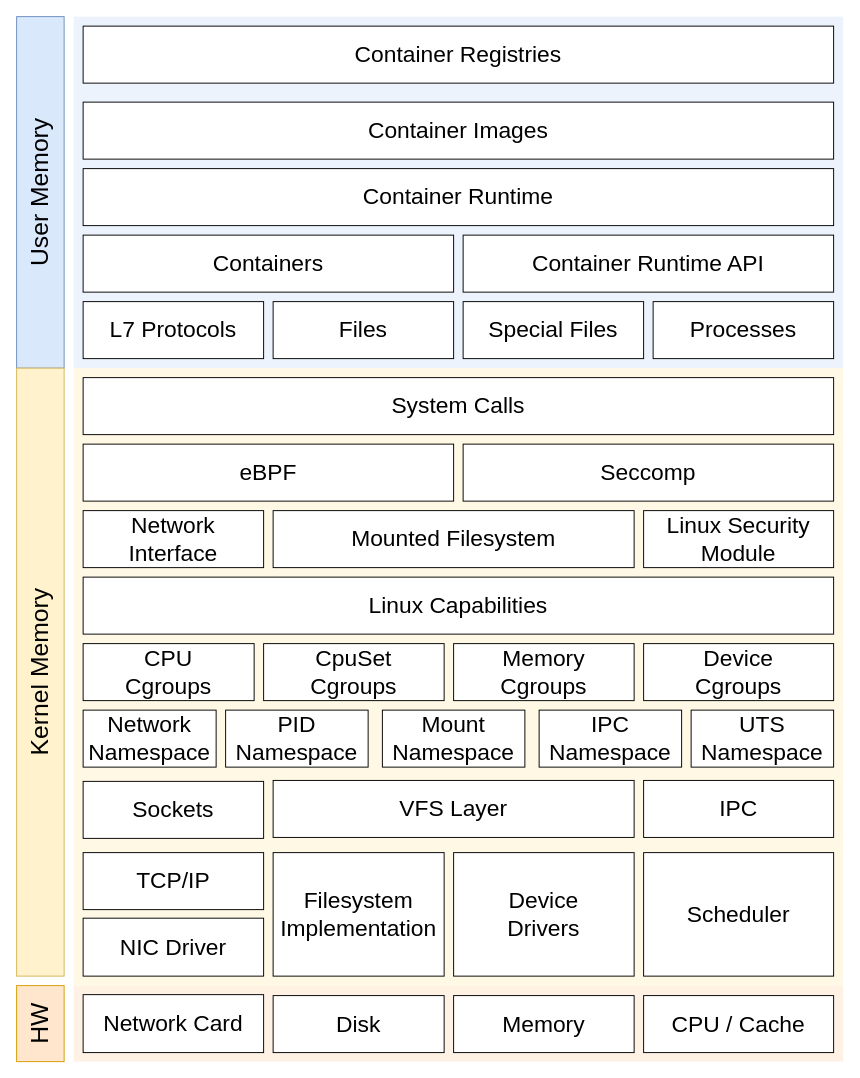
This is thesis/diagrams/diagram.drawio from HuzaifaPatel/houdini, a draw.io file, before an edit. Source tidied: cells renumbered, new cells numbered last; positions are measured from the earlier drawing's top-left corner, leaving out a move shared by most shapes. Both pictures are drawn from the tidied source at 95%, with x=0, y=0 at pixel (16, 16).
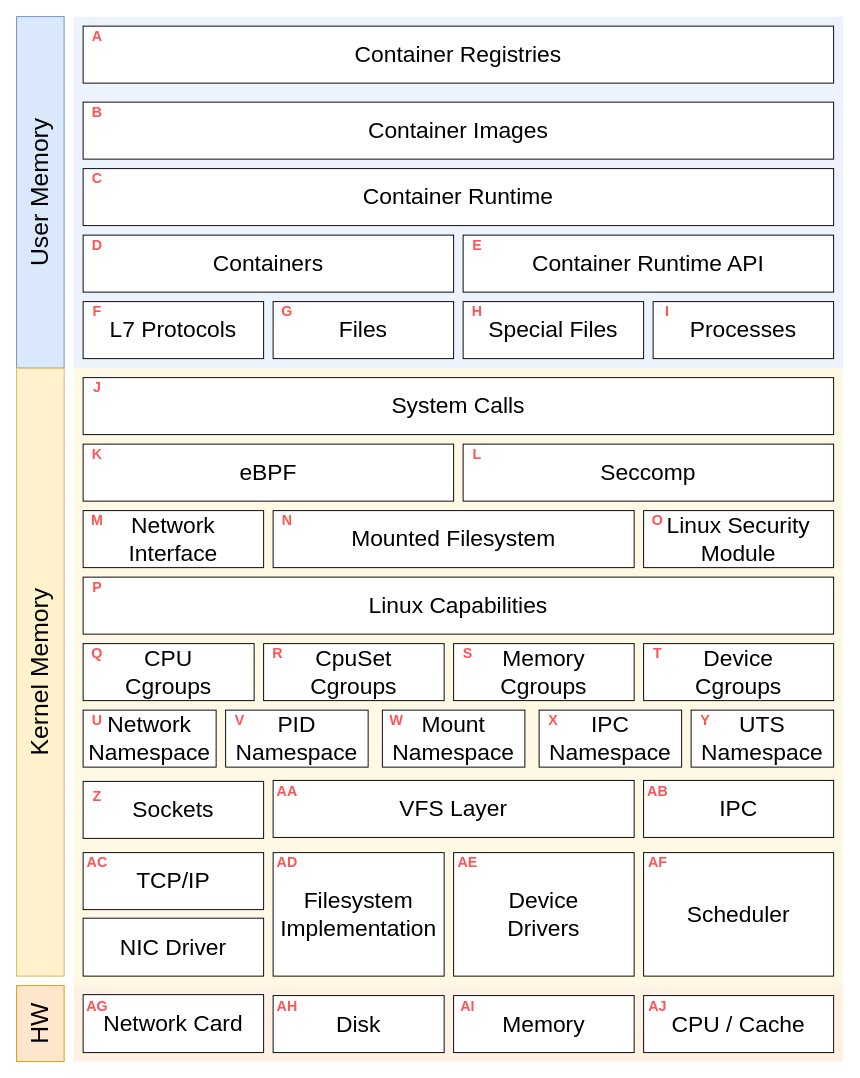
The same page after the edit.

The edit, as a diff of the source:
```diff
@@
+    <mxCell id="45" value="&lt;font style=&quot;color: rgb(255, 84, 84); font-size: 15px;&quot;&gt;&lt;b style=&quot;&quot;&gt;A&lt;/b&gt;&lt;/font&gt;" style="text;html=1;align=center;verticalAlign=middle;whiteSpace=wrap;rounded=0;" parent="1" vertex="1">
+      <mxGeometry x="70" y="10" width="30" height="20" as="geometry" />
+    </mxCell>
+    <mxCell id="46" value="&lt;font style=&quot;color: rgb(255, 84, 84); font-size: 15px;&quot;&gt;&lt;b style=&quot;&quot;&gt;B&lt;/b&gt;&lt;/font&gt;" style="text;html=1;align=center;verticalAlign=middle;whiteSpace=wrap;rounded=0;" parent="1" vertex="1">
+      <mxGeometry x="70" y="90" width="30" height="20" as="geometry" />
+    </mxCell>
+    <mxCell id="47" value="&lt;font color=&quot;#ff5454&quot;&gt;&lt;span style=&quot;font-size: 15px;&quot;&gt;&lt;b&gt;C&lt;/b&gt;&lt;/span&gt;&lt;/font&gt;" style="text;html=1;align=center;verticalAlign=middle;whiteSpace=wrap;rounded=0;" parent="1" vertex="1">
+      <mxGeometry x="70" y="160" width="30" height="20" as="geometry" />
+    </mxCell>
+    <mxCell id="48" value="&lt;font color=&quot;#ff5454&quot;&gt;&lt;span style=&quot;font-size: 15px;&quot;&gt;&lt;b&gt;D&lt;/b&gt;&lt;/span&gt;&lt;/font&gt;" style="text;html=1;align=center;verticalAlign=middle;whiteSpace=wrap;rounded=0;" parent="1" vertex="1">
+      <mxGeometry x="70" y="230" width="30" height="20" as="geometry" />
+    </mxCell>
+    <mxCell id="49" value="&lt;font color=&quot;#ff5454&quot;&gt;&lt;span style=&quot;font-size: 15px;&quot;&gt;&lt;b&gt;E&lt;/b&gt;&lt;/span&gt;&lt;/font&gt;" style="text;html=1;align=center;verticalAlign=middle;whiteSpace=wrap;rounded=0;" parent="1" vertex="1">
+      <mxGeometry x="470" y="230" width="30" height="20" as="geometry" />
+    </mxCell>
+    <mxCell id="50" value="&lt;font color=&quot;#ff5454&quot;&gt;&lt;span style=&quot;font-size: 15px;&quot;&gt;&lt;b&gt;F&lt;/b&gt;&lt;/span&gt;&lt;/font&gt;" style="text;html=1;align=center;verticalAlign=middle;whiteSpace=wrap;rounded=0;" parent="1" vertex="1">
+      <mxGeometry x="70" y="300" width="30" height="20" as="geometry" />
+    </mxCell>
+    <mxCell id="51" value="&lt;font color=&quot;#ff5454&quot;&gt;&lt;span style=&quot;font-size: 15px;&quot;&gt;&lt;b&gt;G&lt;/b&gt;&lt;/span&gt;&lt;/font&gt;" style="text;html=1;align=center;verticalAlign=middle;whiteSpace=wrap;rounded=0;" parent="1" vertex="1">
+      <mxGeometry x="270" y="300" width="30" height="20" as="geometry" />
+    </mxCell>
+    <mxCell id="52" value="&lt;font color=&quot;#ff5454&quot;&gt;&lt;span style=&quot;font-size: 15px;&quot;&gt;&lt;b&gt;H&lt;/b&gt;&lt;/span&gt;&lt;/font&gt;" style="text;html=1;align=center;verticalAlign=middle;whiteSpace=wrap;rounded=0;" parent="1" vertex="1">
+      <mxGeometry x="470" y="300" width="30" height="20" as="geometry" />
+    </mxCell>
+    <mxCell id="53" value="&lt;font color=&quot;#ff5454&quot;&gt;&lt;span style=&quot;font-size: 15px;&quot;&gt;&lt;b&gt;I&lt;/b&gt;&lt;/span&gt;&lt;/font&gt;" style="text;html=1;align=center;verticalAlign=middle;whiteSpace=wrap;rounded=0;" parent="1" vertex="1">
+      <mxGeometry x="670" y="300" width="30" height="20" as="geometry" />
+    </mxCell>
+    <mxCell id="54" value="&lt;font color=&quot;#ff5454&quot;&gt;&lt;span style=&quot;font-size: 15px;&quot;&gt;&lt;b&gt;J&lt;/b&gt;&lt;/span&gt;&lt;/font&gt;" style="text;html=1;align=center;verticalAlign=middle;whiteSpace=wrap;rounded=0;" parent="1" vertex="1">
+      <mxGeometry x="70" y="380" width="30" height="20" as="geometry" />
+    </mxCell>
+    <mxCell id="55" value="&lt;font color=&quot;#ff5454&quot;&gt;&lt;span style=&quot;font-size: 15px;&quot;&gt;&lt;b&gt;K&lt;/b&gt;&lt;/span&gt;&lt;/font&gt;" style="text;html=1;align=center;verticalAlign=middle;whiteSpace=wrap;rounded=0;" parent="1" vertex="1">
+      <mxGeometry x="70" y="450" width="30" height="20" as="geometry" />
+    </mxCell>
+    <mxCell id="56" value="&lt;font color=&quot;#ff5454&quot;&gt;&lt;span style=&quot;font-size: 15px;&quot;&gt;&lt;b&gt;L&lt;/b&gt;&lt;/span&gt;&lt;/font&gt;" style="text;html=1;align=center;verticalAlign=middle;whiteSpace=wrap;rounded=0;" parent="1" vertex="1">
+      <mxGeometry x="470" y="450" width="30" height="20" as="geometry" />
+    </mxCell>
+    <mxCell id="57" value="&lt;font color=&quot;#ff5454&quot;&gt;&lt;span style=&quot;font-size: 15px;&quot;&gt;&lt;b&gt;M&lt;/b&gt;&lt;/span&gt;&lt;/font&gt;" style="text;html=1;align=center;verticalAlign=middle;whiteSpace=wrap;rounded=0;" parent="1" vertex="1">
+      <mxGeometry x="70" y="520" width="30" height="20" as="geometry" />
+    </mxCell>
+    <mxCell id="58" value="&lt;font color=&quot;#ff5454&quot;&gt;&lt;span style=&quot;font-size: 15px;&quot;&gt;&lt;b&gt;N&lt;/b&gt;&lt;/span&gt;&lt;/font&gt;" style="text;html=1;align=center;verticalAlign=middle;whiteSpace=wrap;rounded=0;" parent="1" vertex="1">
+      <mxGeometry x="270" y="520" width="30" height="20" as="geometry" />
+    </mxCell>
+    <mxCell id="59" value="&lt;font color=&quot;#ff5454&quot;&gt;&lt;span style=&quot;font-size: 15px;&quot;&gt;&lt;b&gt;O&lt;/b&gt;&lt;/span&gt;&lt;/font&gt;" style="text;html=1;align=center;verticalAlign=middle;whiteSpace=wrap;rounded=0;" parent="1" vertex="1">
+      <mxGeometry x="660" y="520" width="30" height="20" as="geometry" />
+    </mxCell>
+    <mxCell id="60" value="&lt;font color=&quot;#ff5454&quot;&gt;&lt;span style=&quot;font-size: 15px;&quot;&gt;&lt;b&gt;P&lt;/b&gt;&lt;/span&gt;&lt;/font&gt;" style="text;html=1;align=center;verticalAlign=middle;whiteSpace=wrap;rounded=0;" parent="1" vertex="1">
+      <mxGeometry x="70" y="590" width="30" height="20" as="geometry" />
+    </mxCell>
+    <mxCell id="61" value="&lt;font color=&quot;#ff5454&quot;&gt;&lt;span style=&quot;font-size: 15px;&quot;&gt;&lt;b&gt;Q&lt;/b&gt;&lt;/span&gt;&lt;/font&gt;" style="text;html=1;align=center;verticalAlign=middle;whiteSpace=wrap;rounded=0;" parent="1" vertex="1">
+      <mxGeometry x="70" y="660" width="30" height="20" as="geometry" />
+    </mxCell>
+    <mxCell id="62" value="&lt;font color=&quot;#ff5454&quot;&gt;&lt;span style=&quot;font-size: 15px;&quot;&gt;&lt;b&gt;R&lt;/b&gt;&lt;/span&gt;&lt;/font&gt;" style="text;html=1;align=center;verticalAlign=middle;whiteSpace=wrap;rounded=0;" parent="1" vertex="1">
+      <mxGeometry x="260" y="660" width="30" height="20" as="geometry" />
+    </mxCell>
+    <mxCell id="63" value="&lt;font color=&quot;#ff5454&quot;&gt;&lt;span style=&quot;font-size: 15px;&quot;&gt;&lt;b&gt;S&lt;/b&gt;&lt;/span&gt;&lt;/font&gt;" style="text;html=1;align=center;verticalAlign=middle;whiteSpace=wrap;rounded=0;" parent="1" vertex="1">
+      <mxGeometry x="460" y="660" width="30" height="20" as="geometry" />
+    </mxCell>
+    <mxCell id="64" value="&lt;font color=&quot;#ff5454&quot;&gt;&lt;span style=&quot;font-size: 15px;&quot;&gt;&lt;b&gt;T&lt;/b&gt;&lt;/span&gt;&lt;/font&gt;" style="text;html=1;align=center;verticalAlign=middle;whiteSpace=wrap;rounded=0;" parent="1" vertex="1">
+      <mxGeometry x="660" y="660" width="30" height="20" as="geometry" />
+    </mxCell>
+    <mxCell id="65" value="&lt;font color=&quot;#ff5454&quot;&gt;&lt;span style=&quot;font-size: 15px;&quot;&gt;&lt;b&gt;U&lt;/b&gt;&lt;/span&gt;&lt;/font&gt;" style="text;html=1;align=center;verticalAlign=middle;whiteSpace=wrap;rounded=0;" parent="1" vertex="1">
+      <mxGeometry x="70" y="730" width="30" height="20" as="geometry" />
+    </mxCell>
+    <mxCell id="66" value="&lt;font color=&quot;#ff5454&quot;&gt;&lt;span style=&quot;font-size: 15px;&quot;&gt;&lt;b&gt;V&lt;/b&gt;&lt;/span&gt;&lt;/font&gt;" style="text;html=1;align=center;verticalAlign=middle;whiteSpace=wrap;rounded=0;" parent="1" vertex="1">
+      <mxGeometry x="220" y="730" width="30" height="20" as="geometry" />
+    </mxCell>
+    <mxCell id="67" value="&lt;font color=&quot;#ff5454&quot;&gt;&lt;span style=&quot;font-size: 15px;&quot;&gt;&lt;b&gt;W&lt;/b&gt;&lt;/span&gt;&lt;/font&gt;" style="text;html=1;align=center;verticalAlign=middle;whiteSpace=wrap;rounded=0;" parent="1" vertex="1">
+      <mxGeometry x="385" y="730" width="30" height="20" as="geometry" />
+    </mxCell>
+    <mxCell id="68" value="&lt;font color=&quot;#ff5454&quot;&gt;&lt;span style=&quot;font-size: 15px;&quot;&gt;&lt;b&gt;X&lt;/b&gt;&lt;/span&gt;&lt;/font&gt;" style="text;html=1;align=center;verticalAlign=middle;whiteSpace=wrap;rounded=0;" parent="1" vertex="1">
+      <mxGeometry x="550" y="730" width="30" height="20" as="geometry" />
+    </mxCell>
+    <mxCell id="69" value="&lt;font color=&quot;#ff5454&quot;&gt;&lt;span style=&quot;font-size: 15px;&quot;&gt;&lt;b&gt;Y&lt;/b&gt;&lt;/span&gt;&lt;/font&gt;" style="text;html=1;align=center;verticalAlign=middle;whiteSpace=wrap;rounded=0;" parent="1" vertex="1">
+      <mxGeometry x="710" y="730" width="30" height="20" as="geometry" />
+    </mxCell>
+    <mxCell id="70" value="&lt;font color=&quot;#ff5454&quot;&gt;&lt;span style=&quot;font-size: 15px;&quot;&gt;&lt;b&gt;Z&lt;/b&gt;&lt;/span&gt;&lt;/font&gt;" style="text;html=1;align=center;verticalAlign=middle;whiteSpace=wrap;rounded=0;" parent="1" vertex="1">
+      <mxGeometry x="70" y="810" width="30" height="20" as="geometry" />
+    </mxCell>
+    <mxCell id="71" value="&lt;font color=&quot;#ff5454&quot;&gt;&lt;span style=&quot;font-size: 15px;&quot;&gt;&lt;b&gt;AA&lt;/b&gt;&lt;/span&gt;&lt;/font&gt;" style="text;html=1;align=center;verticalAlign=middle;whiteSpace=wrap;rounded=0;" parent="1" vertex="1">
+      <mxGeometry x="270" y="805" width="30" height="20" as="geometry" />
+    </mxCell>
+    <mxCell id="72" value="&lt;font color=&quot;#ff5454&quot;&gt;&lt;span style=&quot;font-size: 15px;&quot;&gt;&lt;b&gt;AB&lt;/b&gt;&lt;/span&gt;&lt;/font&gt;" style="text;html=1;align=center;verticalAlign=middle;whiteSpace=wrap;rounded=0;" parent="1" vertex="1">
+      <mxGeometry x="660" y="805" width="30" height="20" as="geometry" />
+    </mxCell>
+    <mxCell id="73" value="&lt;font color=&quot;#ff5454&quot;&gt;&lt;span style=&quot;font-size: 15px;&quot;&gt;&lt;b&gt;AC&lt;/b&gt;&lt;/span&gt;&lt;/font&gt;" style="text;html=1;align=center;verticalAlign=middle;whiteSpace=wrap;rounded=0;" parent="1" vertex="1">
+      <mxGeometry x="70" y="880" width="30" height="20" as="geometry" />
+    </mxCell>
+    <mxCell id="74" value="&lt;font color=&quot;#ff5454&quot;&gt;&lt;span style=&quot;font-size: 15px;&quot;&gt;&lt;b&gt;AD&lt;/b&gt;&lt;/span&gt;&lt;/font&gt;" style="text;html=1;align=center;verticalAlign=middle;whiteSpace=wrap;rounded=0;" parent="1" vertex="1">
+      <mxGeometry x="270" y="880" width="30" height="20" as="geometry" />
+    </mxCell>
+    <mxCell id="75" value="&lt;font color=&quot;#ff5454&quot;&gt;&lt;span style=&quot;font-size: 15px;&quot;&gt;&lt;b&gt;AE&lt;/b&gt;&lt;/span&gt;&lt;/font&gt;" style="text;html=1;align=center;verticalAlign=middle;whiteSpace=wrap;rounded=0;" parent="1" vertex="1">
+      <mxGeometry x="460" y="880" width="30" height="20" as="geometry" />
+    </mxCell>
+    <mxCell id="76" value="&lt;font color=&quot;#ff5454&quot;&gt;&lt;span style=&quot;font-size: 15px;&quot;&gt;&lt;b&gt;AF&lt;/b&gt;&lt;/span&gt;&lt;/font&gt;" style="text;html=1;align=center;verticalAlign=middle;whiteSpace=wrap;rounded=0;" parent="1" vertex="1">
+      <mxGeometry x="660" y="880" width="30" height="20" as="geometry" />
+    </mxCell>
+    <mxCell id="77" value="&lt;font color=&quot;#ff5454&quot;&gt;&lt;span style=&quot;font-size: 15px;&quot;&gt;&lt;b&gt;AG&lt;/b&gt;&lt;/span&gt;&lt;/font&gt;" style="text;html=1;align=center;verticalAlign=middle;whiteSpace=wrap;rounded=0;" parent="1" vertex="1">
+      <mxGeometry x="70" y="1030.5" width="30" height="20" as="geometry" />
+    </mxCell>
+    <mxCell id="78" value="&lt;font color=&quot;#ff5454&quot;&gt;&lt;span style=&quot;font-size: 15px;&quot;&gt;&lt;b&gt;AH&lt;/b&gt;&lt;/span&gt;&lt;/font&gt;" style="text;html=1;align=center;verticalAlign=middle;whiteSpace=wrap;rounded=0;" parent="1" vertex="1">
+      <mxGeometry x="270" y="1030.5" width="30" height="20" as="geometry" />
+    </mxCell>
+    <mxCell id="79" value="&lt;font color=&quot;#ff5454&quot;&gt;&lt;span style=&quot;font-size: 15px;&quot;&gt;&lt;b&gt;AI&lt;/b&gt;&lt;/span&gt;&lt;/font&gt;" style="text;html=1;align=center;verticalAlign=middle;whiteSpace=wrap;rounded=0;" parent="1" vertex="1">
+      <mxGeometry x="460" y="1030.5" width="30" height="20" as="geometry" />
+    </mxCell>
+    <mxCell id="80" value="&lt;font color=&quot;#ff5454&quot;&gt;&lt;span style=&quot;font-size: 15px;&quot;&gt;&lt;b&gt;AJ&lt;/b&gt;&lt;/span&gt;&lt;/font&gt;" style="text;html=1;align=center;verticalAlign=middle;whiteSpace=wrap;rounded=0;" parent="1" vertex="1">
+      <mxGeometry x="660" y="1030.5" width="30" height="20" as="geometry" />
+    </mxCell>
```
